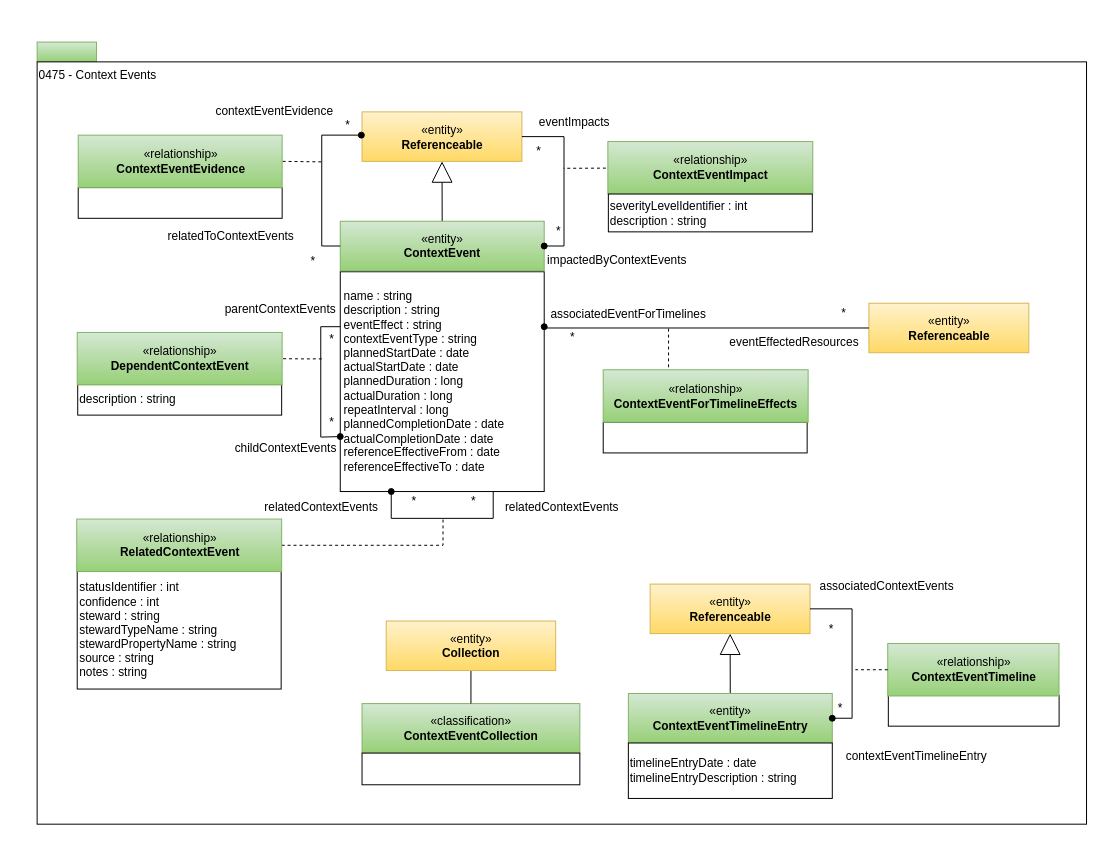
Above: page "0475-Context-Events" (27 of 32) of site/docs/types/4/area-4-governance.drawio in odpi/egeria-docs (draw.io), before the change. Source tidied: cells renumbered, new cells numbered last; positions are measured from the earlier drawing's top-left corner, leaving out a move shared by most shapes. Both pictures are drawn from the tidied source at 99%, with x=0, y=0 at pixel (37, 42).
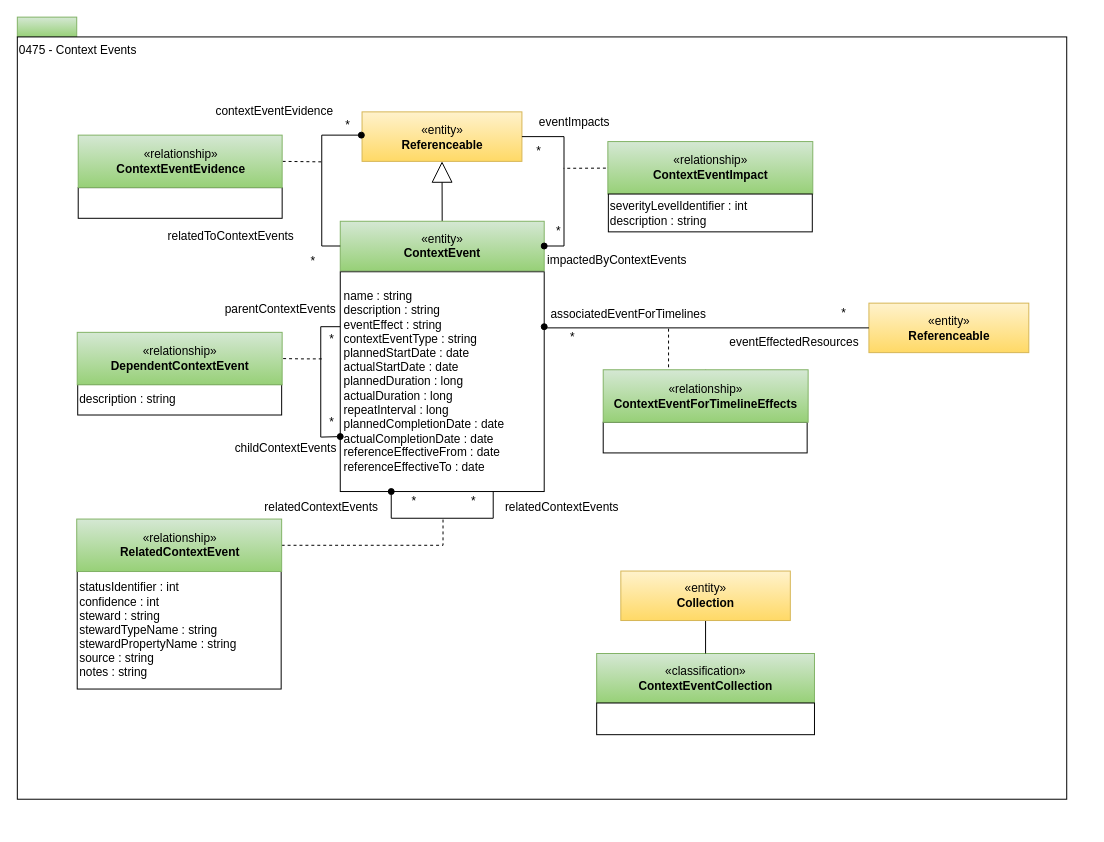
After the change.

Unchanged cells that the change refers to:
```xml
<mxCell id="4" value="&lt;span&gt;name : string&amp;nbsp;&amp;nbsp;&lt;br&gt;&lt;/span&gt;&lt;span&gt;description : string&lt;br&gt;eventEffect : string&lt;br&gt;contextEventType : string&lt;br&gt;&lt;/span&gt;plannedStartDate : date&lt;br style=&quot;border-color: var(--border-color);&quot;&gt;actualStartDate : date&lt;br&gt;plannedDuration : long&lt;br&gt;actualDuration : long&lt;br&gt;repeatInterval : long&lt;br style=&quot;border-color: var(--border-color);&quot;&gt;plannedCompletionDate : date&lt;br style=&quot;border-color: var(--border-color);&quot;&gt;actualCompletionDate : date&lt;br style=&quot;border-color: var(--border-color);&quot;&gt;&lt;span&gt;referenceEffectiveFrom : date&lt;br&gt;referenceEffectiveTo : date&lt;br&gt;&lt;/span&gt;" style="rounded=0;whiteSpace=wrap;html=1;strokeColor=#000000;gradientColor=#ffffff;align=left;spacingLeft=2;" parent="1" vertex="1">
  <mxGeometry x="306.2" y="232" width="206" height="222" as="geometry" />
</mxCell>
<mxCell id="21" value="«relationship»&lt;br&gt;&lt;b&gt;ContextEventImpact&lt;/b&gt;" style="html=1;strokeColor=#82b366;align=center;fillColor=#d5e8d4;gradientColor=#97d077;" parent="1" vertex="1">
  <mxGeometry x="576.5" y="100.5" width="207" height="53" as="geometry" />
</mxCell>
```

Change to the diagram source:
```diff
@@
     <mxCell id="2" style="rounded=0;whiteSpace=wrap;html=1;align=left;fillColor=#d5e8d4;strokeColor=#82b366;gradientColor=#97d077;" parent="1" vertex="1">
-      <mxGeometry width="60" height="20" as="geometry" />
+      <mxGeometry x="-20" y="-25.2" width="60" height="20" as="geometry" />
     </mxCell>
     <mxCell id="3" value="0475 - Context Events" style="rounded=0;html=1;align=left;verticalAlign=top;" parent="1" vertex="1">
-      <mxGeometry y="20" width="1060" height="770" as="geometry" />
+      <mxGeometry x="-20" y="-5.2" width="1060" height="770" as="geometry" />
     </mxCell>
@@
     <mxCell id="6" value="description : string" style="rounded=0;whiteSpace=wrap;html=1;strokeColor=#000000;gradientColor=#ffffff;align=left;" parent="1" vertex="1">
-      <mxGeometry x="41" y="345.8" width="206" height="31" as="geometry" />
+      <mxGeometry x="41" y="345.7" width="206" height="31" as="geometry" />
     </mxCell>
     <mxCell id="7" value="*" style="text;html=1;strokeColor=none;fillColor=none;align=center;verticalAlign=middle;whiteSpace=wrap;rounded=0;" parent="1" vertex="1">
-      <mxGeometry x="277.5" y="289.9" width="40" height="20" as="geometry" />
+      <mxGeometry x="277.5" y="289.8" width="40" height="20" as="geometry" />
     </mxCell>
@@
     <mxCell id="9" value="parentContextEvents" style="text;html=1;align=left;verticalAlign=top;spacingTop=-4;" parent="1" vertex="1">
-      <mxGeometry x="188.2" y="259.9" width="140" height="20" as="geometry" />
+      <mxGeometry x="188.2" y="259.8" width="140" height="20" as="geometry" />
     </mxCell>
@@
     <mxCell id="14" value="«relationship»&lt;br&gt;&lt;b&gt;DependentContextEvent&lt;/b&gt;" style="html=1;strokeColor=#82b366;align=center;fillColor=#d5e8d4;gradientColor=#97d077;" parent="1" vertex="1">
-      <mxGeometry x="40.5" y="293.3" width="207" height="53" as="geometry" />
+      <mxGeometry x="40.5" y="293.2" width="207" height="53" as="geometry" />
     </mxCell>
@@
     <mxCell id="18" value="associatedEventForTimelines" style="text;html=1;align=center;verticalAlign=middle;" parent="1" vertex="1">
-      <mxGeometry x="507.2" y="259.9" width="180" height="30" as="geometry" />
+      <mxGeometry x="507.2" y="259.8" width="180" height="30" as="geometry" />
     </mxCell>
@@
     <mxCell id="20" style="edgeStyle=orthogonalEdgeStyle;rounded=0;html=1;exitX=0;exitY=0.5;exitDx=0;exitDy=0;dashed=1;endArrow=none;endFill=0;jettySize=auto;" parent="1" edge="1" source="21">
       <mxGeometry relative="1" as="geometry">
         <mxPoint x="531.8" y="127.5" as="targetPoint" />
         <Array as="points">
-          <mxPoint x="653.5" y="127.1" />
+          <mxPoint x="653.5" y="127" />
         </Array>
       </mxGeometry>
     </mxCell>
@@
     <mxCell id="24" style="edgeStyle=orthogonalEdgeStyle;rounded=0;orthogonalLoop=1;jettySize=auto;html=1;exitX=0.25;exitY=1;exitDx=0;exitDy=0;entryX=0.75;entryY=1;entryDx=0;entryDy=0;startArrow=oval;startFill=1;endArrow=none;endFill=0;" parent="1" edge="1" source="4" target="4">
       <mxGeometry relative="1" as="geometry">
         <Array as="points">
-          <mxPoint x="357.5" y="481.1" />
-          <mxPoint x="460.5" y="481.1" />
+          <mxPoint x="357.5" y="481" />
+          <mxPoint x="460.5" y="481" />
         </Array>
       </mxGeometry>
     </mxCell>
     <mxCell id="25" value="relatedContextEvents" style="text;html=1;align=left;verticalAlign=top;spacingTop=-4;" parent="1" vertex="1">
-      <mxGeometry x="227.5" y="459.8" width="140" height="20" as="geometry" />
+      <mxGeometry x="227.5" y="459.7" width="140" height="20" as="geometry" />
     </mxCell>
     <mxCell id="26" value="relatedContextEvents" style="text;html=1;align=left;verticalAlign=top;spacingTop=-4;" parent="1" vertex="1">
-      <mxGeometry x="471.2" y="459.8" width="140" height="20" as="geometry" />
+      <mxGeometry x="471.2" y="459.7" width="140" height="20" as="geometry" />
     </mxCell>
@@
     <mxCell id="32" value="«classification»&lt;br&gt;&lt;b&gt;ContextEventCollection&lt;/b&gt;" style="html=1;strokeColor=#82b366;align=center;fillColor=#d5e8d4;gradientColor=#97d077;" parent="1" vertex="1">
-      <mxGeometry x="328.2" y="668.2" width="220" height="50" as="geometry" />
+      <mxGeometry x="565.2" y="617.6" width="220" height="50" as="geometry" />
     </mxCell>
     <mxCell id="33" style="rounded=0;whiteSpace=wrap;html=1;strokeColor=#000000;gradientColor=#ffffff;align=left;" parent="1" vertex="1">
-      <mxGeometry x="328.2" y="718.2" width="220" height="32" as="geometry" />
+      <mxGeometry x="565.2" y="667.6" width="220" height="32" as="geometry" />
     </mxCell>
@@
     <mxCell id="35" value="«entity»&lt;br&gt;&lt;b&gt;Collection&lt;/b&gt;" style="html=1;strokeColor=#d6b656;align=center;fillColor=#fff2cc;gradientColor=#ffd966;" parent="1" vertex="1">
-      <mxGeometry x="352.6" y="584.8" width="171.2" height="50" as="geometry" />
+      <mxGeometry x="589.6" y="534.3" width="171.2" height="50" as="geometry" />
     </mxCell>
@@
     <mxCell id="45" value="«entity»&lt;br&gt;&lt;b&gt;Referenceable&lt;/b&gt;" style="html=1;strokeColor=#d6b656;align=center;fillColor=#fff2cc;gradientColor=#ffd966;" parent="1" vertex="1">
-      <mxGeometry x="840.2" y="263.8" width="161.5" height="50" as="geometry" />
+      <mxGeometry x="840.2" y="263.7" width="161.5" height="50" as="geometry" />
     </mxCell>
@@
     <mxCell id="50" value="eventEffectedResources" style="text;html=1;strokeColor=none;fillColor=none;align=center;verticalAlign=middle;whiteSpace=wrap;rounded=0;" parent="1" vertex="1">
-      <mxGeometry x="713.2" y="293.3" width="104" height="20" as="geometry" />
+      <mxGeometry x="713.2" y="293.2" width="104" height="20" as="geometry" />
     </mxCell>
@@
     <mxCell id="52" value="*" style="text;html=1;strokeColor=none;fillColor=none;align=center;verticalAlign=middle;whiteSpace=wrap;rounded=0;" parent="1" vertex="1">
-      <mxGeometry x="794.8" y="263.8" width="40" height="20" as="geometry" />
+      <mxGeometry x="794.8" y="263.7" width="40" height="20" as="geometry" />
     </mxCell>
     <mxCell id="53" value="*" style="text;html=1;strokeColor=none;fillColor=none;align=center;verticalAlign=middle;whiteSpace=wrap;rounded=0;" parent="1" vertex="1">
-      <mxGeometry x="521.2" y="287.8" width="40" height="20" as="geometry" />
+      <mxGeometry x="521.2" y="287.7" width="40" height="20" as="geometry" />
     </mxCell>
-    <mxCell id="54" value="«entity»&lt;br&gt;&lt;b&gt;Referenceable&lt;/b&gt;" style="html=1;strokeColor=#d6b656;align=center;fillColor=#fff2cc;gradientColor=#ffd966;" parent="1" vertex="1">
-      <mxGeometry x="619.2" y="547.5" width="161.5" height="50" as="geometry" />
-    </mxCell>
-    <mxCell id="55" style="rounded=0;jettySize=auto;html=1;endArrow=block;endFill=0;endSize=19;strokeWidth=1;" parent="1" edge="1" source="56" target="54">
-      <mxGeometry relative="1" as="geometry" />
-    </mxCell>
-    <mxCell id="56" value="«entity»&lt;br&gt;&lt;b&gt;ContextEventTimelineEntry&lt;/b&gt;" style="html=1;strokeColor=#82b366;align=center;fillColor=#d5e8d4;gradientColor=#97d077;" parent="1" vertex="1">
-      <mxGeometry x="597.2" y="658" width="206" height="50" as="geometry" />
-    </mxCell>
-    <mxCell id="57" value="timelineEntryDate : date&lt;br&gt;timelineEntryDescription : string" style="rounded=0;whiteSpace=wrap;html=1;strokeColor=#000000;gradientColor=#ffffff;align=left;" parent="1" vertex="1">
-      <mxGeometry x="597.2" y="708" width="206" height="56" as="geometry" />
-    </mxCell>
-    <mxCell id="58" style="edgeStyle=orthogonalEdgeStyle;rounded=0;jettySize=auto;html=1;exitX=1;exitY=0.5;exitDx=0;exitDy=0;entryX=1;entryY=0.5;entryDx=0;entryDy=0;startArrow=none;startFill=0;endArrow=oval;endFill=1;" parent="1" edge="1" source="54" target="56">
-      <mxGeometry relative="1" as="geometry" />
-    </mxCell>
-    <mxCell id="59" style="rounded=0;whiteSpace=wrap;html=1;strokeColor=#000000;gradientColor=#ffffff;align=left;" parent="1" vertex="1">
-      <mxGeometry x="859.8" y="660" width="172.5" height="31" as="geometry" />
-    </mxCell>
-    <mxCell id="60" value="«relationship»&lt;br&gt;&lt;b&gt;ContextEventTimeline&lt;/b&gt;" style="html=1;strokeColor=#82b366;align=center;fillColor=#d5e8d4;gradientColor=#97d077;" parent="1" vertex="1">
-      <mxGeometry x="859.2" y="607.5" width="173" height="53" as="geometry" />
-    </mxCell>
-    <mxCell id="61" style="edgeStyle=orthogonalEdgeStyle;rounded=0;html=1;exitX=0;exitY=0.5;exitDx=0;exitDy=0;dashed=1;endArrow=none;endFill=0;jettySize=auto;" parent="1" edge="1" source="60">
-      <mxGeometry relative="1" as="geometry">
-        <mxPoint x="826.5" y="634.4" as="targetPoint" />
-      </mxGeometry>
-    </mxCell>
-    <mxCell id="62" value="associatedContextEvents" style="text;html=1;align=center;verticalAlign=middle;strokeColor=none;fillColor=none;" parent="1" vertex="1">
-      <mxGeometry x="778.2" y="534.8" width="160" height="30" as="geometry" />
-    </mxCell>
-    <mxCell id="63" value="contextEventTimelineEntry" style="text;html=1;align=center;verticalAlign=middle;strokeColor=none;fillColor=none;" parent="1" vertex="1">
-      <mxGeometry x="803.2" y="706.5" width="170" height="30" as="geometry" />
-    </mxCell>
-    <mxCell id="64" value="*" style="text;html=1;align=center;verticalAlign=middle;strokeColor=none;fillColor=none;" parent="1" vertex="1">
-      <mxGeometry x="787.2" y="577.5" width="30" height="30" as="geometry" />
-    </mxCell>
-    <mxCell id="65" value="*" style="text;html=1;align=center;verticalAlign=middle;strokeColor=none;fillColor=none;" parent="1" vertex="1">
-      <mxGeometry x="796.2" y="658" width="30" height="30" as="geometry" />
-    </mxCell>
```
